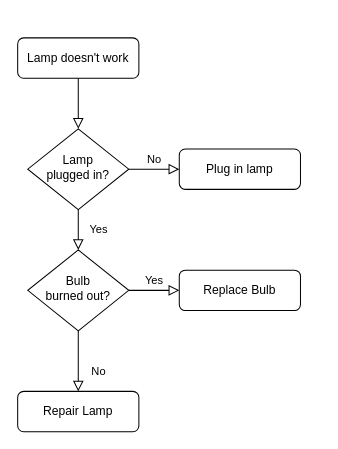
This is page "Page-1" (1 of 2) of Untitled Diagram.drawio from afsb12/LojaDoTioWell2, a draw.io file, before an edit. Source tidied: cells renumbered, new cells numbered last; positions are measured from the earlier drawing's top-left corner, leaving out a move shared by most shapes. Both pictures are drawn from the tidied source at 101%, with x=0, y=0 at pixel (17, 37).
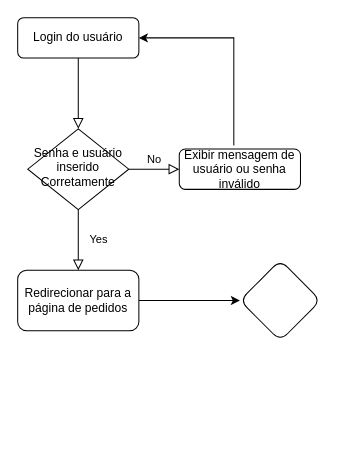
Above is the later version.

The edit, as a diff of the source:
```diff
@@
 <mxGraphModel>
   <root>
     <mxCell id="0" />
     <mxCell id="1" parent="0" />
-    <mxCell id="2" style="rounded=0;html=1;jettySize=auto;fontSize=11;endArrow=block;endFill=0;endSize=8;strokeWidth=1;shadow=0;labelBackgroundColor=none;edgeStyle=orthogonalEdgeStyle;" parent="1" edge="1" source="3" target="6">
+    <mxCell id="2" style="rounded=0;html=1;jettySize=auto;fontSize=11;endArrow=block;endFill=0;endSize=8;strokeWidth=1;shadow=0;labelBackgroundColor=none;edgeStyle=elbowEdgeStyle;" parent="1" edge="1" source="3" target="6">
       <mxGeometry relative="1" as="geometry" />
     </mxCell>
-    <mxCell id="3" value="Lamp doesn't work" style="rounded=1;whiteSpace=wrap;html=1;fontSize=12;glass=0;strokeWidth=1;shadow=0;" parent="1" vertex="1">
-      <mxGeometry width="120" height="40" as="geometry" />
+    <mxCell id="3" value="Login do usuário" style="rounded=1;whiteSpace=wrap;html=1;fontSize=12;glass=0;strokeWidth=1;shadow=0;" parent="1" vertex="1">
+      <mxGeometry y="-20" width="120" height="40" as="geometry" />
     </mxCell>
-    <mxCell id="4" value="Yes" style="rounded=0;html=1;jettySize=auto;fontSize=11;endArrow=block;endFill=0;endSize=8;strokeWidth=1;shadow=0;labelBackgroundColor=none;edgeStyle=orthogonalEdgeStyle;" parent="1" edge="1" source="6" target="10">
+    <mxCell id="4" value="Yes" style="rounded=0;html=1;jettySize=auto;fontSize=11;endArrow=block;endFill=0;endSize=8;strokeWidth=1;shadow=0;labelBackgroundColor=none;edgeStyle=orthogonalEdgeStyle;entryX=0.5;entryY=0;entryDx=0;entryDy=0;" parent="1" edge="1" source="6" target="14">
       <mxGeometry y="20" relative="1" as="geometry" />
     </mxCell>
     <mxCell id="5" value="No" style="edgeStyle=orthogonalEdgeStyle;rounded=0;html=1;jettySize=auto;fontSize=11;endArrow=block;endFill=0;endSize=8;strokeWidth=1;shadow=0;labelBackgroundColor=none;" parent="1" edge="1" source="6" target="7">
       <mxGeometry y="10" relative="1" as="geometry" />
     </mxCell>
-    <mxCell id="6" value="Lamp&lt;br&gt;plugged in?" style="rhombus;whiteSpace=wrap;html=1;shadow=0;fontFamily=Helvetica;fontSize=12;align=center;strokeWidth=1;spacing=6;spacingTop=-4;" parent="1" vertex="1">
+    <mxCell id="6" value="Senha e usuário inserido Corretamente" style="rhombus;whiteSpace=wrap;html=1;shadow=0;fontFamily=Helvetica;fontSize=12;align=center;strokeWidth=1;spacing=6;spacingTop=-4;" parent="1" vertex="1">
       <mxGeometry x="10" y="90" width="100" height="80" as="geometry" />
     </mxCell>
-    <mxCell id="7" value="Plug in lamp" style="rounded=1;whiteSpace=wrap;html=1;fontSize=12;glass=0;strokeWidth=1;shadow=0;" parent="1" vertex="1">
+    <mxCell id="7" value="Exibir mensagem de usuário ou senha inválido" style="rounded=1;whiteSpace=wrap;html=1;fontSize=12;glass=0;strokeWidth=1;shadow=0;" parent="1" vertex="1">
       <mxGeometry x="160" y="110" width="120" height="40" as="geometry" />
     </mxCell>
-    <mxCell id="8" value="No" style="rounded=0;html=1;jettySize=auto;fontSize=11;endArrow=block;endFill=0;endSize=8;strokeWidth=1;shadow=0;labelBackgroundColor=none;edgeStyle=orthogonalEdgeStyle;" parent="1" edge="1" source="10" target="11">
-      <mxGeometry x="0.33" y="20" relative="1" as="geometry" />
-    </mxCell>
-    <mxCell id="9" value="Yes" style="edgeStyle=orthogonalEdgeStyle;rounded=0;html=1;jettySize=auto;fontSize=11;endArrow=block;endFill=0;endSize=8;strokeWidth=1;shadow=0;labelBackgroundColor=none;" parent="1" edge="1" source="10" target="12">
-      <mxGeometry y="10" relative="1" as="geometry" />
-    </mxCell>
-    <mxCell id="10" value="Bulb&lt;br&gt;burned out?" style="rhombus;whiteSpace=wrap;html=1;shadow=0;fontFamily=Helvetica;fontSize=12;align=center;strokeWidth=1;spacing=6;spacingTop=-4;" parent="1" vertex="1">
-      <mxGeometry x="10" y="210" width="100" height="80" as="geometry" />
-    </mxCell>
-    <mxCell id="11" value="Repair Lamp" style="rounded=1;whiteSpace=wrap;html=1;fontSize=12;glass=0;strokeWidth=1;shadow=0;" parent="1" vertex="1">
-      <mxGeometry y="350" width="120" height="40" as="geometry" />
-    </mxCell>
-    <mxCell id="12" value="Replace Bulb" style="rounded=1;whiteSpace=wrap;html=1;fontSize=12;glass=0;strokeWidth=1;shadow=0;" parent="1" vertex="1">
-      <mxGeometry x="160" y="230" width="120" height="40" as="geometry" />
-    </mxCell>
+    <mxCell id="13" style="edgeStyle=orthogonalEdgeStyle;rounded=0;jettySize=auto;html=1;" parent="1" edge="1" source="14" target="16">
+      <mxGeometry relative="1" as="geometry" />
+    </mxCell>
+    <mxCell id="14" value="Redirecionar para a página de pedidos" style="rounded=1;whiteSpace=wrap;html=1;" parent="1" vertex="1">
+      <mxGeometry y="230" width="120" height="60" as="geometry" />
+    </mxCell>
+    <mxCell id="15" style="endArrow=classic;html=1;rounded=0;exitX=0.45;exitY=-0.085;exitDx=0;exitDy=0;exitPerimeter=0;entryX=1;entryY=0.5;entryDx=0;entryDy=0;edgeStyle=orthogonalEdgeStyle;" parent="1" edge="1" source="7" target="3">
+      <mxGeometry relative="1" as="geometry">
+        <Array as="points">
+          <mxPoint x="214" />
+        </Array>
+      </mxGeometry>
+    </mxCell>
+    <mxCell id="16" style="rhombus;whiteSpace=wrap;html=1;rounded=1;" parent="1" vertex="1">
+      <mxGeometry x="220" y="220" width="80" height="80" as="geometry" />
+    </mxCell>
   </root>
 </mxGraphModel>
```
